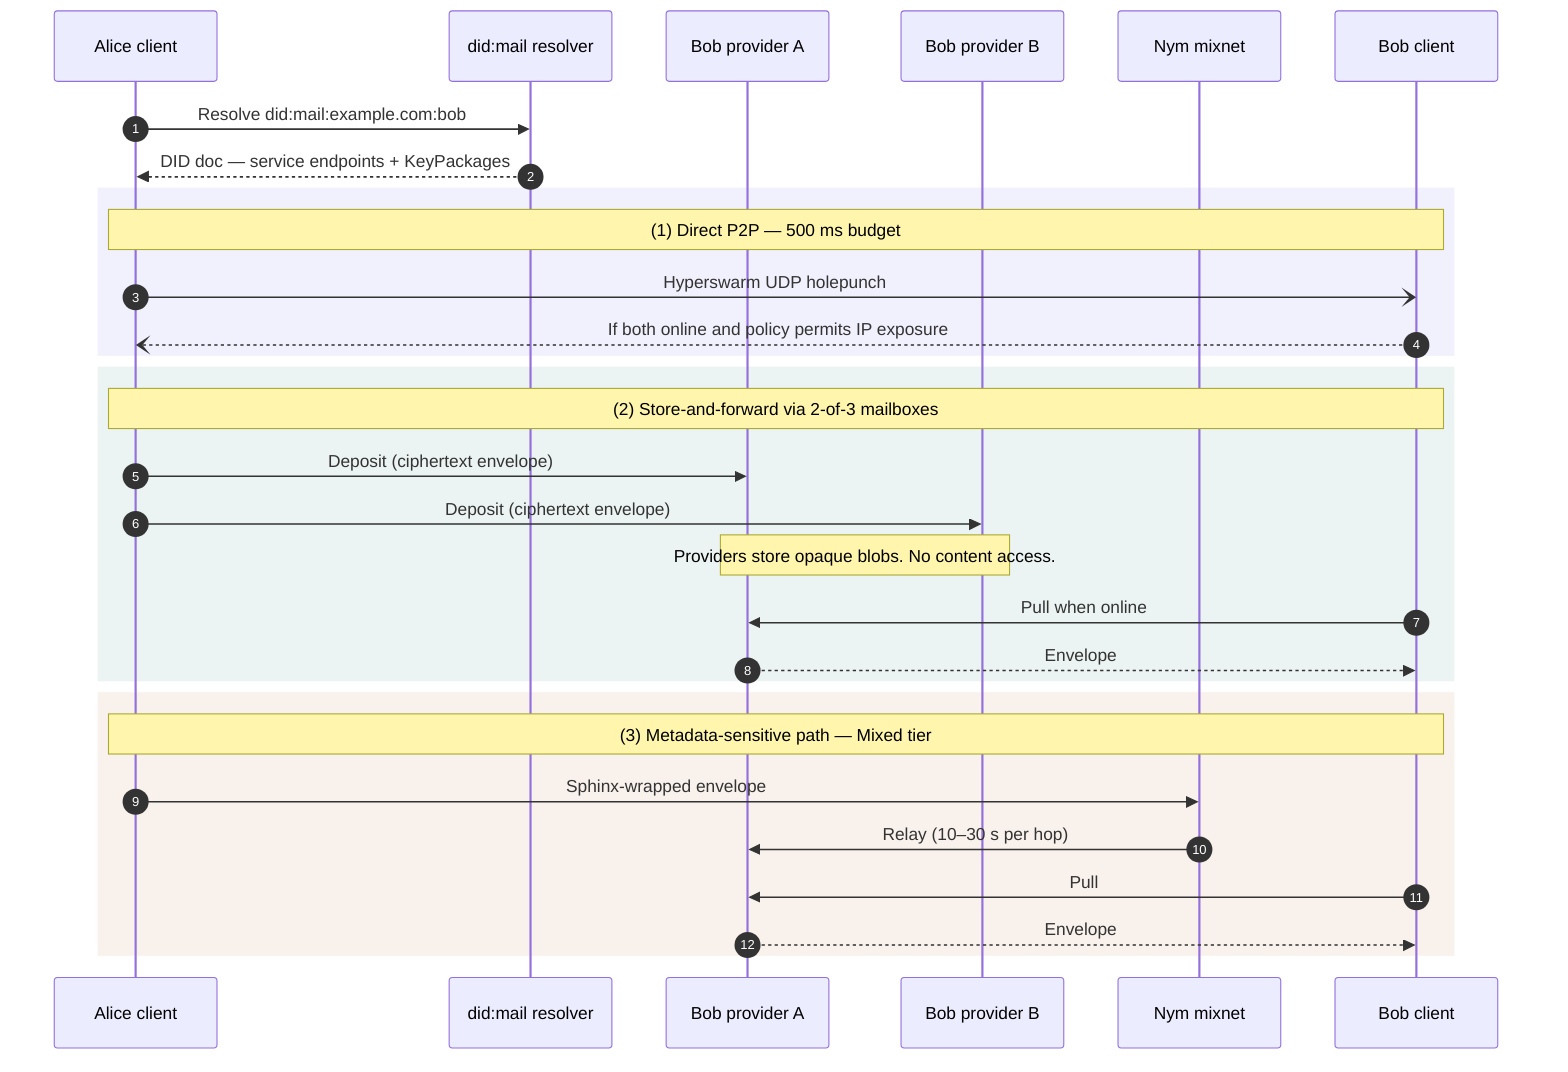
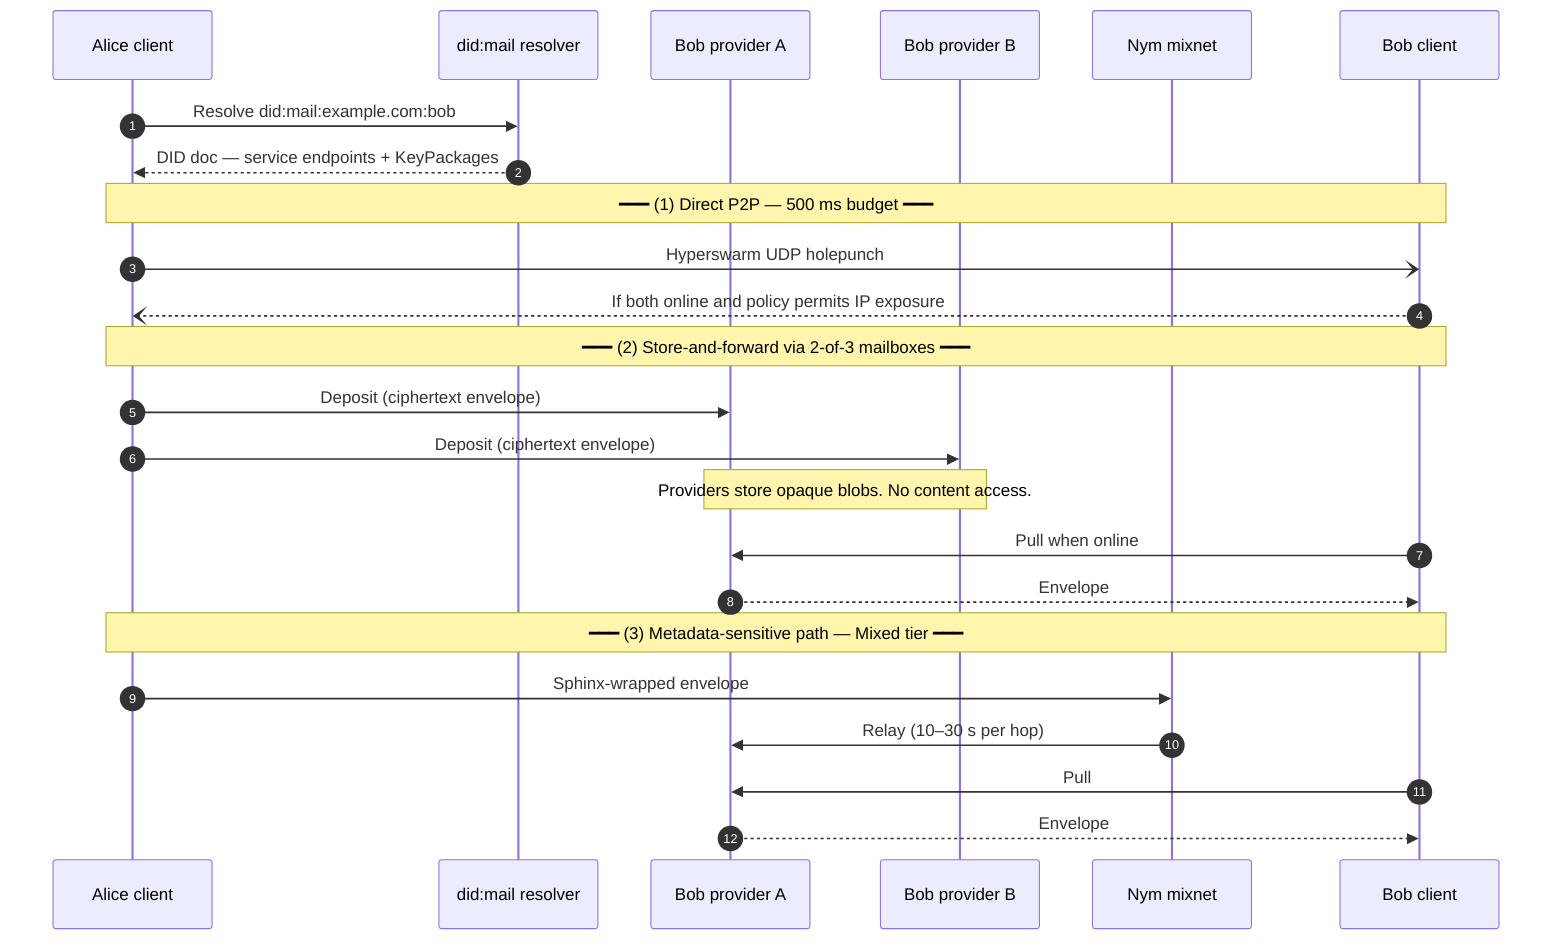
%% Marque — delivery paths
%% Three paths a message may take from Alice to Bob.
%% Used in docs/architecture-overview.md §2.
+ %%
+ %% Rendering note: uses Mermaid's default theme with no hardcoded colors,
+ %% so GitHub's light/dark auto-theming applies. Section grouping is done
+ %% with full-width "Note over A,B" dividers instead of colored rects.

sequenceDiagram
    autonumber
    participant A as Alice client
    participant R as did:mail resolver
    participant PB1 as Bob provider A
    participant PB2 as Bob provider B
    participant NYM as Nym mixnet
    participant B as Bob client

    A->>R: Resolve did:mail:example.com:bob
    R-->>A: DID doc — service endpoints + KeyPackages

-     rect rgba(79, 70, 229, 0.08)
-     note over A,B: (1) Direct P2P — 500 ms budget
+     Note over A,B: ━━━ (1) Direct P2P — 500 ms budget ━━━
    A-)B: Hyperswarm UDP holepunch
    B--)A: If both online and policy permits IP exposure
-     end

-     rect rgba(4, 120, 87, 0.08)
-     note over A,B: (2) Store-and-forward via 2-of-3 mailboxes
+     Note over A,B: ━━━ (2) Store-and-forward via 2-of-3 mailboxes ━━━
    A->>PB1: Deposit (ciphertext envelope)
    A->>PB2: Deposit (ciphertext envelope)
    Note over PB1,PB2: Providers store opaque blobs. No content access.
    B->>PB1: Pull when online
    PB1-->>B: Envelope
-     end

-     rect rgba(180, 83, 9, 0.08)
-     note over A,B: (3) Metadata-sensitive path — Mixed tier
+     Note over A,B: ━━━ (3) Metadata-sensitive path — Mixed tier ━━━
    A->>NYM: Sphinx-wrapped envelope
    NYM->>PB1: Relay (10–30 s per hop)
    B->>PB1: Pull
    PB1-->>B: Envelope
-     end
